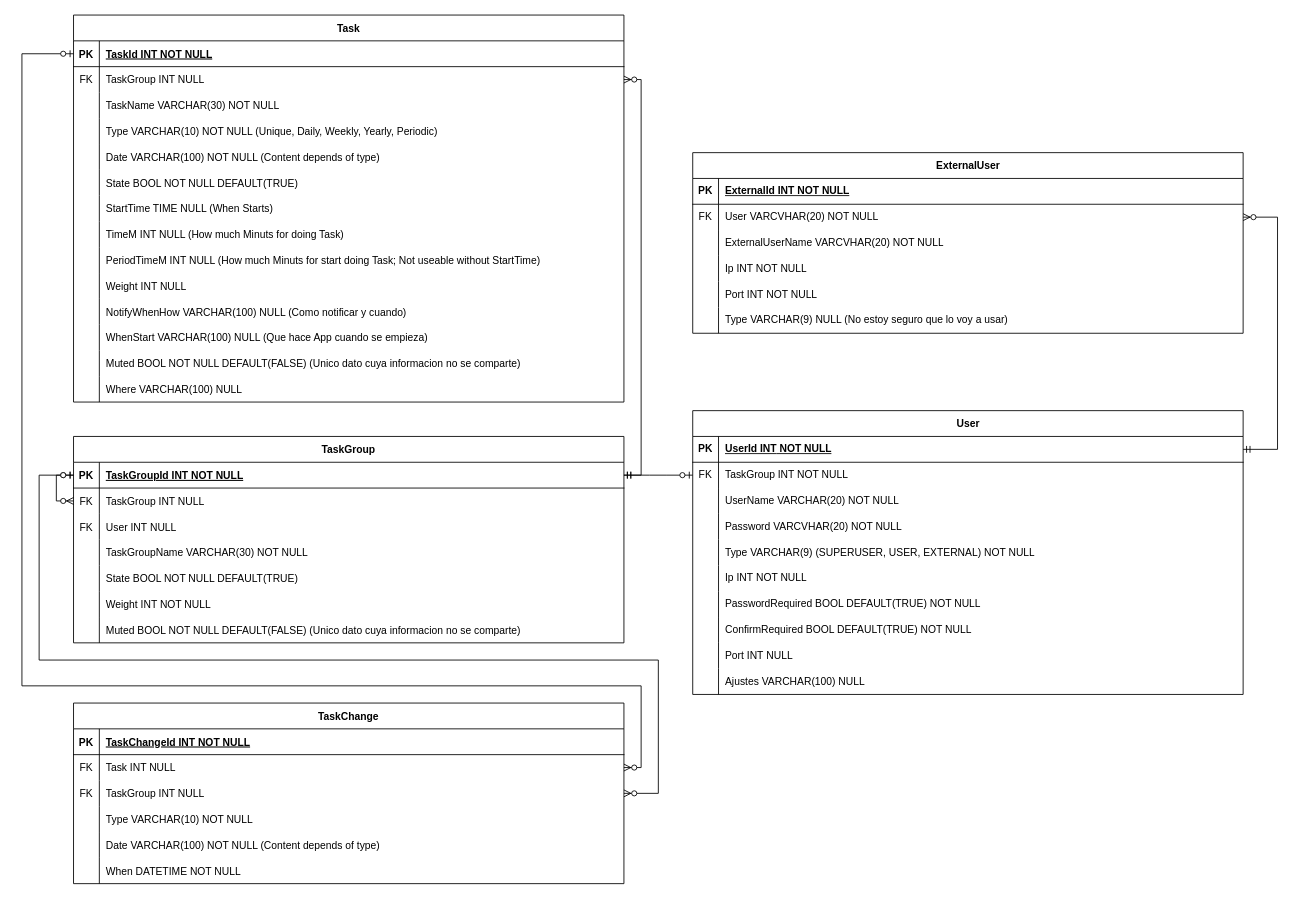
Before: DiseñoBaseDeDatos.drawio in Gosha1030/ProyectoIntermodularGeorgii, a draw.io diagram. Source tidied: cells renumbered, new cells numbered last; positions are measured from the earlier drawing's top-left corner, leaving out a move shared by most shapes. Both pictures are drawn from the tidied source at 86%, with x=0, y=0 at pixel (22, 15).
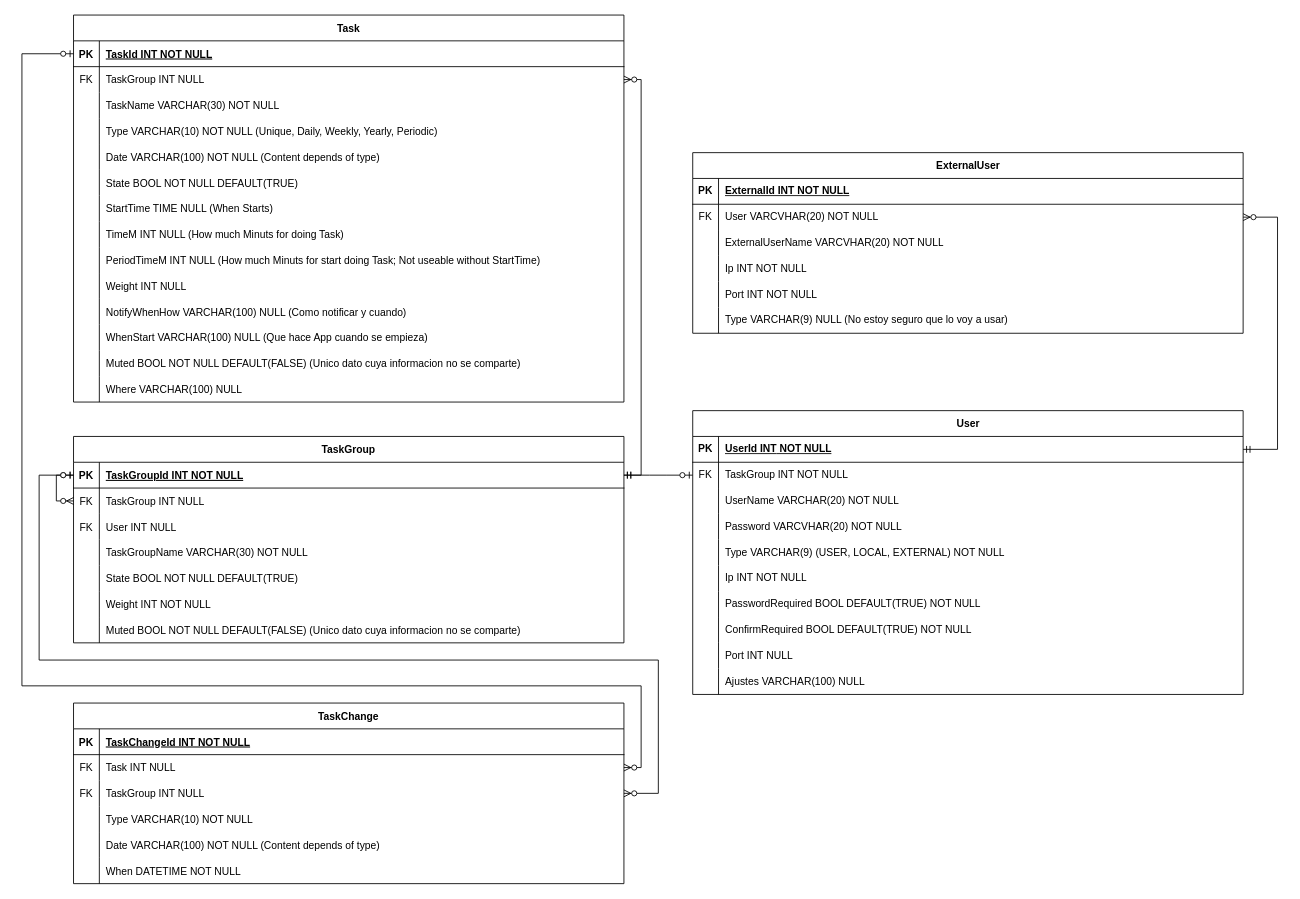
The same diagram, later.

Commit message (it also covers changes not shown here):
Diseño previo terminado

The change refers to these unchanged cells:
```xml
<mxCell id="100" style="shape=tableRow;horizontal=0;startSize=0;swimlaneHead=0;swimlaneBody=0;fillColor=none;top=0;left=0;right=0;bottom=0;" parent="87" vertex="1">
  <mxGeometry y="150" width="640" height="30" as="geometry" />
</mxCell>
```

Change to the diagram source:
```diff
@@
-    <mxCell id="102" value="Type VARCHAR(9) (SUPERUSER, USER, EXTERNAL)&amp;nbsp;&lt;span style=&quot;text-wrap-mode: nowrap;&quot;&gt;NOT NULL&lt;/span&gt;" style="shape=partialRectangle;fillColor=none;top=0;left=0;bottom=0;right=0;align=left;spacingLeft=6;overflow=hidden;whiteSpace=wrap;html=1;" parent="100" vertex="1">
+    <mxCell id="102" value="Type VARCHAR(9) (USER, LOCAL, EXTERNAL)&amp;nbsp;&lt;span style=&quot;text-wrap-mode: nowrap;&quot;&gt;NOT NULL&lt;/span&gt;" style="shape=partialRectangle;fillColor=none;top=0;left=0;bottom=0;right=0;align=left;spacingLeft=6;overflow=hidden;whiteSpace=wrap;html=1;" parent="100" vertex="1">
       <mxGeometry x="30" width="610" height="30" as="geometry" />
     </mxCell>
```
